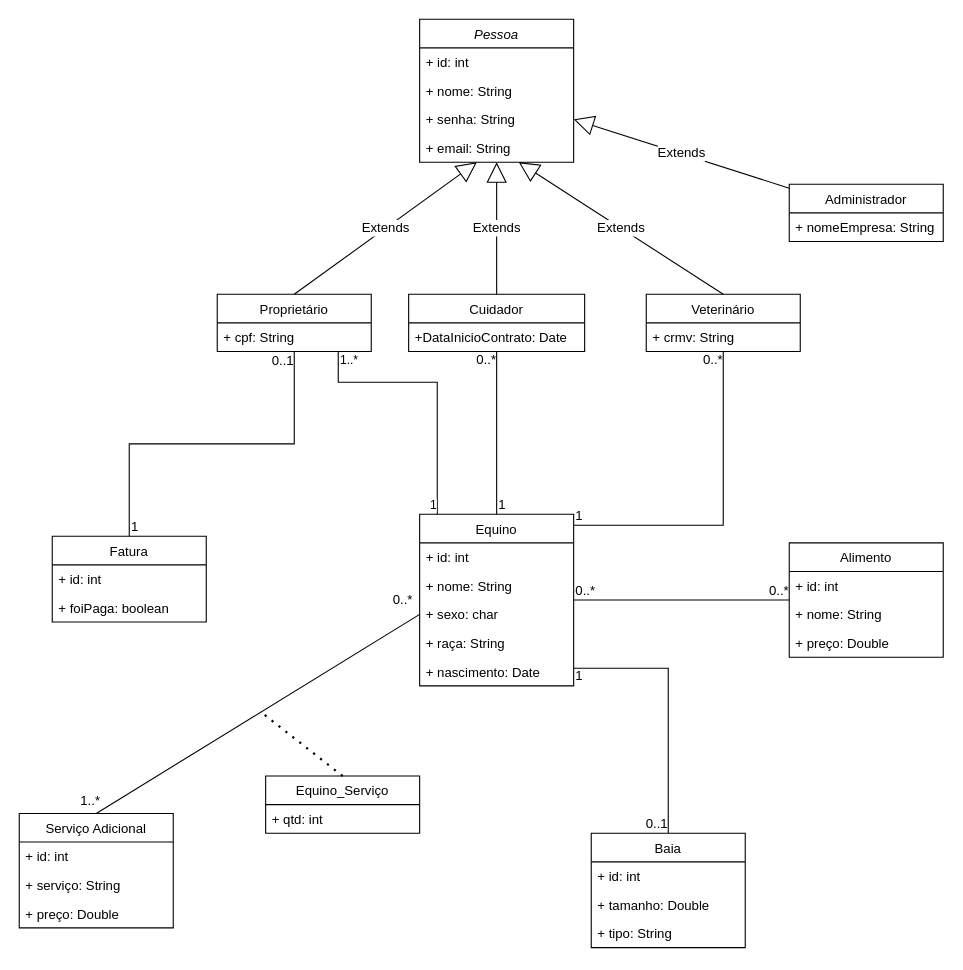
Earlier version of the draw.io diagram page "Diagrama de Classe" (2 of 4) of diagramas/haras_telas.drawio (Iagoarrighi/LPS-Haras). Source tidied: cells renumbered, new cells numbered last; positions are measured from the earlier drawing's top-left corner, leaving out a move shared by most shapes. Both pictures are drawn from the tidied source at 110%, with x=0, y=0 at pixel (19, 19).
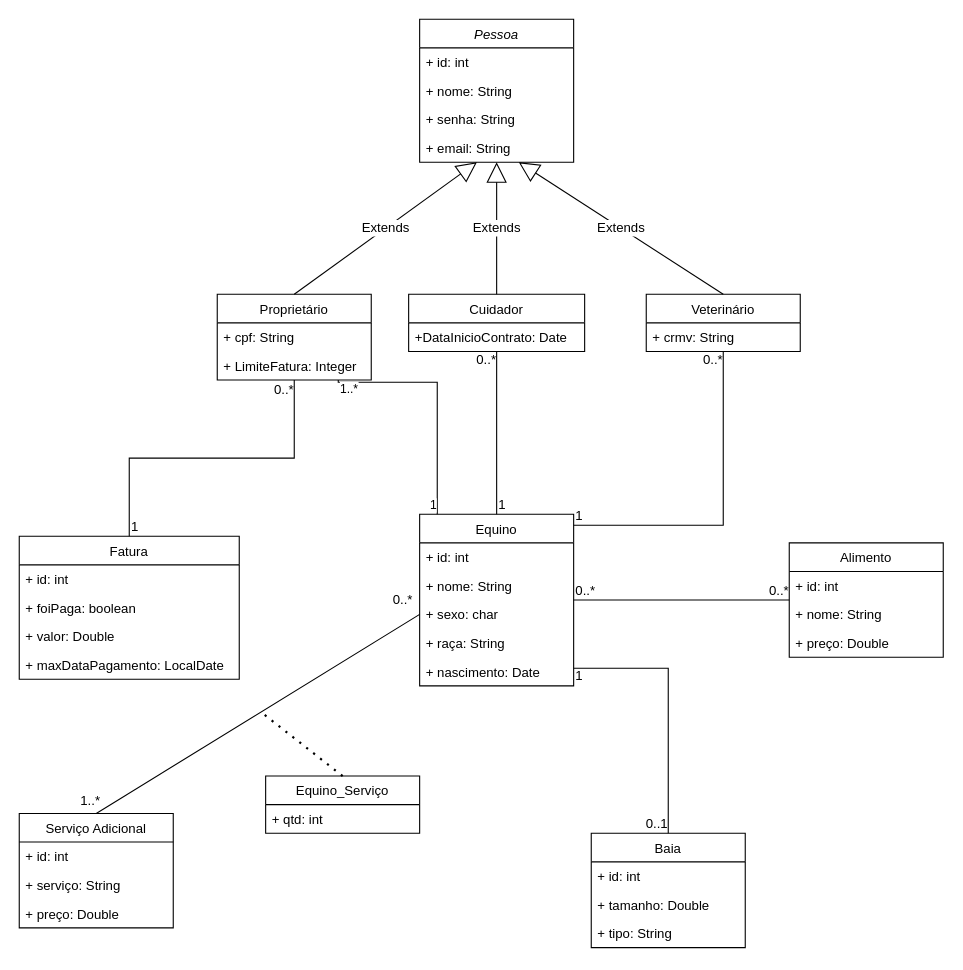
The same page after the edit.

The change refers to these unchanged cells:
```xml
<mxCell id="5" value="+ senha: String&#10;" style="text;strokeColor=none;fillColor=none;align=left;verticalAlign=top;spacingLeft=4;spacingRight=4;overflow=hidden;points=[[0,0.5],[1,0.5]];portConstraint=eastwest;" parent="2" vertex="1">
  <mxGeometry y="78" width="140" height="26" as="geometry" />
</mxCell>
<mxCell id="42" style="endArrow=none;html=1;edgeStyle=orthogonalEdgeStyle;rounded=0;fontSize=12;exitX=0.5;exitY=0;exitDx=0;exitDy=0;" parent="1" edge="1" source="37" target="7">
  <mxGeometry relative="1" as="geometry" />
</mxCell>
```

The edit, as a diff of the source:
```diff
@@
     <mxCell id="7" value="Proprietário" style="swimlane;fontStyle=0;horizontal=1;startSize=26;fillColor=none;strokeColor=default;fontFamily=Helvetica;fontSize=12;fontColor=default;" parent="1" vertex="1">
-      <mxGeometry x="180" y="250" width="140" height="52" as="geometry" />
+      <mxGeometry x="180" y="250" width="140" height="78" as="geometry" />
     </mxCell>
@@
+    <mxCell id="64" value="+ LimiteFatura: Integer" style="text;strokeColor=none;fillColor=none;align=left;verticalAlign=top;spacingLeft=4;spacingRight=4;overflow=hidden;fontFamily=Helvetica;fontSize=12;fontColor=default;startSize=26;" parent="7" vertex="1">
+      <mxGeometry y="52" width="140" height="26" as="geometry" />
+    </mxCell>
@@
-    <mxCell id="13" value="Administrador" style="swimlane;fontStyle=0;horizontal=1;startSize=26;fillColor=none;strokeColor=default;fontFamily=Helvetica;fontSize=12;fontColor=default;" parent="1" vertex="1">
-      <mxGeometry x="700" y="150" width="140" height="52" as="geometry" />
-    </mxCell>
-    <mxCell id="14" value="+ nomeEmpresa: String" style="text;strokeColor=none;fillColor=none;align=left;verticalAlign=top;spacingLeft=4;spacingRight=4;overflow=hidden;fontFamily=Helvetica;fontSize=12;fontColor=default;startSize=26;" parent="13" vertex="1">
-      <mxGeometry y="26" width="140" height="26" as="geometry" />
-    </mxCell>
@@
-    <mxCell id="18" value="Extends" style="endArrow=block;endSize=16;endFill=0;html=1;rounded=0;fontFamily=Helvetica;fontSize=12;fontColor=default;entryX=1;entryY=0.5;entryDx=0;entryDy=0;" parent="1" edge="1" source="13" target="5">
-      <mxGeometry relative="1" as="geometry" />
-    </mxCell>
@@
     <mxCell id="37" value="Fatura" style="swimlane;fontStyle=0;horizontal=1;startSize=26;fillColor=none;strokeColor=default;fontFamily=Helvetica;fontSize=12;fontColor=default;" parent="1" vertex="1">
-      <mxGeometry x="30" y="470" width="140" height="78" as="geometry" />
+      <mxGeometry y="470" width="200" height="130" as="geometry" />
     </mxCell>
     <mxCell id="38" value="+ id: int" style="text;strokeColor=none;fillColor=none;align=left;verticalAlign=top;spacingLeft=4;spacingRight=4;overflow=hidden;fontFamily=Helvetica;fontSize=12;fontColor=default;startSize=26;" parent="37" vertex="1">
-      <mxGeometry y="26" width="140" height="26" as="geometry" />
+      <mxGeometry y="26" width="200" height="26" as="geometry" />
     </mxCell>
     <mxCell id="39" value="+ foiPaga: boolean" style="text;strokeColor=none;fillColor=none;align=left;verticalAlign=top;spacingLeft=4;spacingRight=4;overflow=hidden;fontFamily=Helvetica;fontSize=12;fontColor=default;startSize=26;" parent="37" vertex="1">
-      <mxGeometry y="52" width="140" height="26" as="geometry" />
+      <mxGeometry y="52" width="200" height="26" as="geometry" />
     </mxCell>
+    <mxCell id="65" value="+ valor: Double" style="text;strokeColor=none;fillColor=none;align=left;verticalAlign=top;spacingLeft=4;spacingRight=4;overflow=hidden;fontFamily=Helvetica;fontSize=12;fontColor=default;startSize=26;" parent="37" vertex="1">
+      <mxGeometry y="78" width="200" height="26" as="geometry" />
+    </mxCell>
+    <mxCell id="66" value="+ maxDataPagamento: LocalDate&#10;" style="text;strokeColor=none;fillColor=none;align=left;verticalAlign=top;spacingLeft=4;spacingRight=4;overflow=hidden;fontFamily=Helvetica;fontSize=12;fontColor=default;startSize=26;" parent="37" vertex="1">
+      <mxGeometry y="104" width="200" height="26" as="geometry" />
+    </mxCell>
@@
-    <mxCell id="44" value="0..1" style="edgeLabel;html=1;align=right;verticalAlign=bottom;labelBackgroundColor=none;fillStyle=auto;fontSize=12;fillColor=none;gradientColor=none;" parent="42" vertex="1">
+    <mxCell id="44" value="0..*" style="edgeLabel;html=1;align=right;verticalAlign=bottom;labelBackgroundColor=none;fillStyle=auto;fontSize=12;fillColor=none;gradientColor=none;" parent="42" vertex="1">
       <mxGeometry x="1" relative="1" as="geometry">
         <mxPoint y="17" as="offset" />
       </mxGeometry>
     </mxCell>
```
